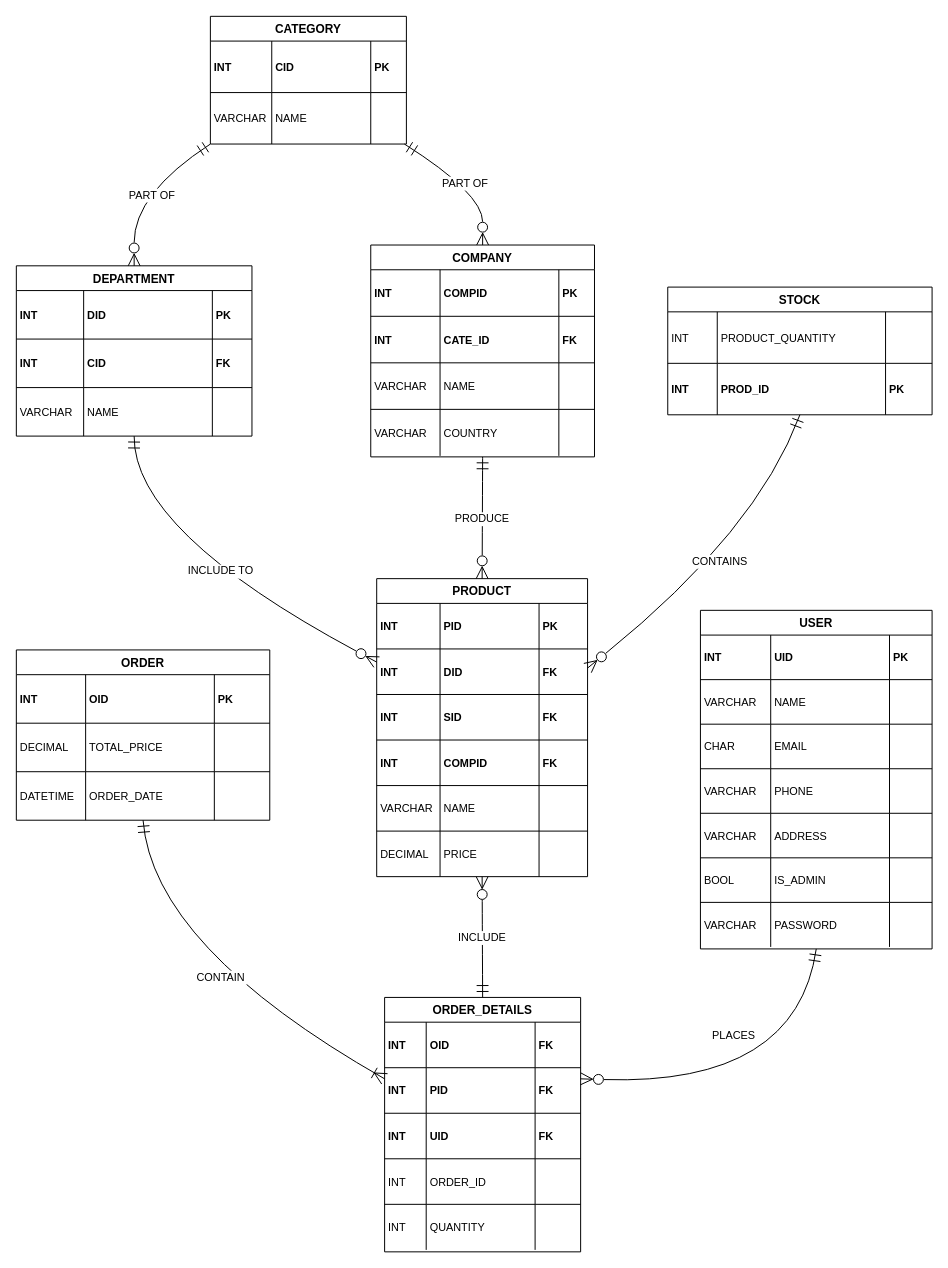
Above: ERDs/drawio/Physical ERD.drawio in Mohammed-3tef/Kheir_Market (draw.io), before the change. Source tidied: cells renumbered, new cells numbered last; positions are measured from the earlier drawing's top-left corner, leaving out a move shared by most shapes. Both pictures are drawn from the tidied source at 99%, with x=0, y=0 at pixel (16, 16).
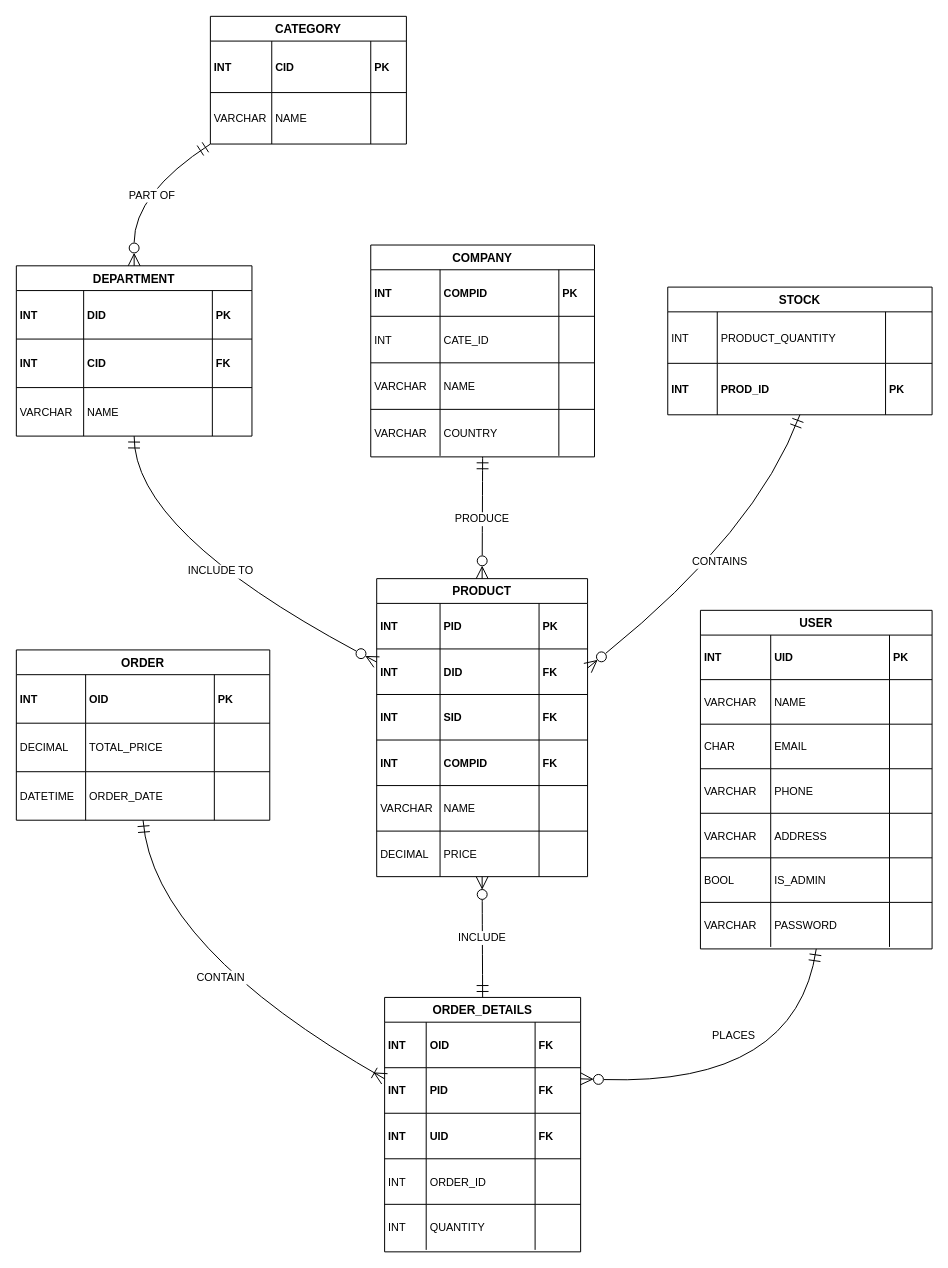
The same diagram, later.

Unchanged cells that the change refers to:
```xml
<mxCell id="2" value="CATEGORY" style="shape=table;startSize=25;childLayout=tableLayout;rowLines=1;fontStyle=1;align=center;strokeColor=light-dark(#000000,#FFFFFF);" parent="1" vertex="1">
  <mxGeometry x="196" width="198" height="129" as="geometry" />
</mxCell>
<mxCell id="11" value="COMPANY" style="shape=table;startSize=25;childLayout=tableLayout;rowLines=1;fontStyle=1;align=center;strokeColor=light-dark(#000000,#FFFFFF);" parent="1" vertex="1">
  <mxGeometry x="358" y="231" width="226" height="214" as="geometry" />
</mxCell>
<mxCell id="16" style="shape=tableRow;horizontal=0;startSize=0;swimlaneHead=0;swimlaneBody=0;fillColor=none;top=0;left=0;right=0;bottom=0;strokeColor=light-dark(#000000,#FFFFFF);" parent="11" vertex="1">
  <mxGeometry y="72" width="226" height="47" as="geometry" />
</mxCell>
```

Change to the diagram source:
```diff
@@
-    <mxCell id="17" value="INT" style="shape=partialRectangle;fillColor=none;top=0;left=0;bottom=0;right=0;align=left;spacingLeft=2;overflow=hidden;fontSize=11;fontStyle=1;strokeColor=light-dark(#000000,#FFFFFF);" parent="16" vertex="1">
+    <mxCell id="17" value="INT" style="shape=partialRectangle;fillColor=none;top=0;left=0;bottom=0;right=0;align=left;spacingLeft=2;overflow=hidden;fontSize=11;fontStyle=0;strokeColor=light-dark(#000000,#FFFFFF);" parent="16" vertex="1">
       <mxGeometry width="70" height="47" as="geometry" />
     </mxCell>
-    <mxCell id="18" value="CATE_ID" style="shape=partialRectangle;fillColor=none;top=0;left=0;bottom=0;right=0;align=left;spacingLeft=2;overflow=hidden;fontSize=11;fontStyle=1;strokeColor=light-dark(#000000,#FFFFFF);" parent="16" vertex="1">
+    <mxCell id="18" value="CATE_ID" style="shape=partialRectangle;fillColor=none;top=0;left=0;bottom=0;right=0;align=left;spacingLeft=2;overflow=hidden;fontSize=11;fontStyle=0;strokeColor=light-dark(#000000,#FFFFFF);" parent="16" vertex="1">
       <mxGeometry x="70" width="120" height="47" as="geometry" />
     </mxCell>
-    <mxCell id="19" value="FK" style="shape=partialRectangle;fillColor=none;top=0;left=0;bottom=0;right=0;align=left;spacingLeft=2;overflow=hidden;fontSize=11;fontStyle=1;strokeColor=light-dark(#000000,#FFFFFF);" parent="16" vertex="1">
+    <mxCell id="19" style="shape=partialRectangle;fillColor=none;top=0;left=0;bottom=0;right=0;align=left;spacingLeft=2;overflow=hidden;fontSize=11;fontStyle=1;strokeColor=light-dark(#000000,#FFFFFF);" parent="16" vertex="1">
       <mxGeometry x="190" width="36" height="47" as="geometry" />
     </mxCell>
@@
-    <mxCell id="145" value="PART OF" style="curved=1;startArrow=ERmandOne;startSize=10;endArrow=ERzeroToMany;endSize=10;exitX=0.99;exitY=1;entryX=0.5;entryY=0;rounded=0;startFill=0;endFill=0;strokeColor=light-dark(#000000,#FFFFFF);" parent="1" edge="1" source="2" target="11">
-      <mxGeometry relative="1" as="geometry">
-        <Array as="points">
-          <mxPoint x="471" y="179" />
-        </Array>
-      </mxGeometry>
-    </mxCell>
```
